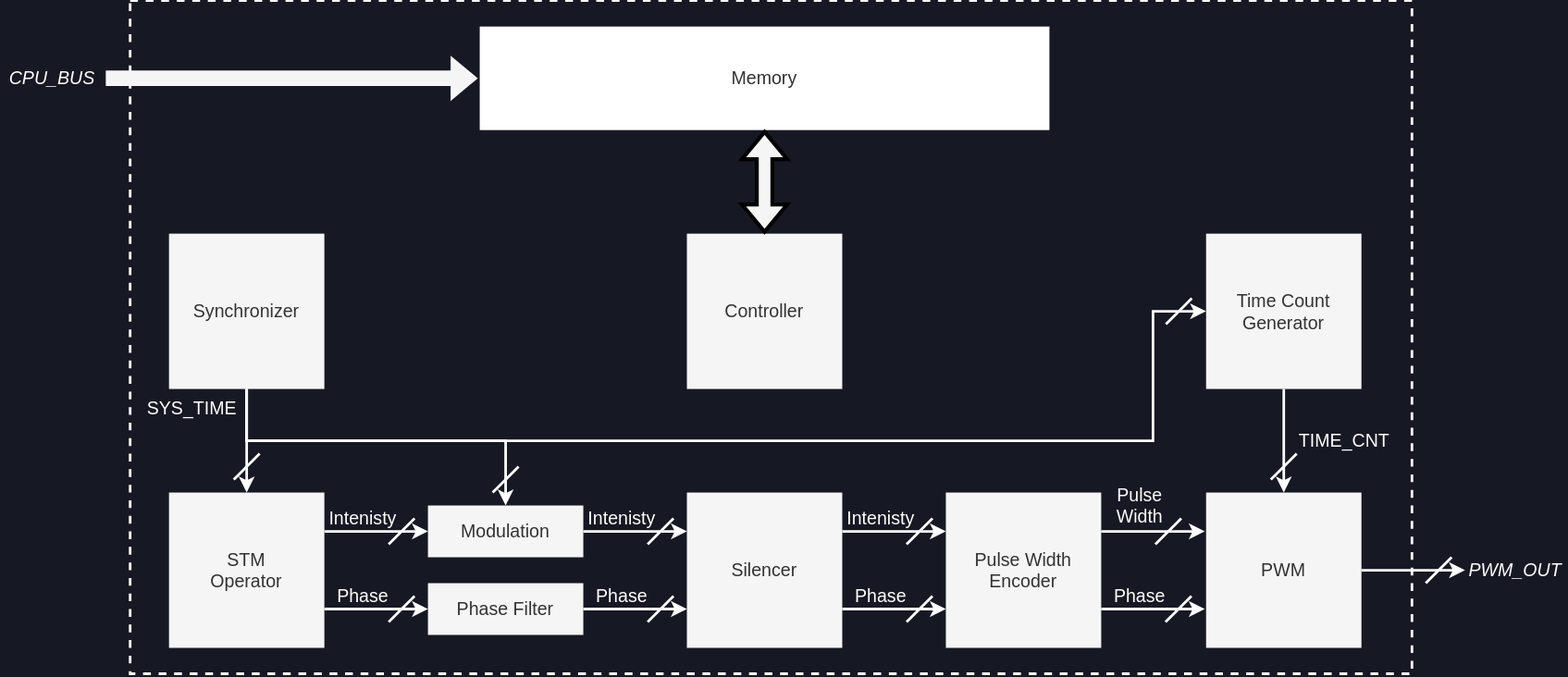
This is src/jp/fig/Developers_Manual/FPGA/overview.svg from shinolab/autd3-doc-v8, a draw.io export, as it was before one commit. Source tidied: cells renumbered, new cells last; positions are measured from the earlier drawing's top-left corner, leaving out a move shared by most shapes.
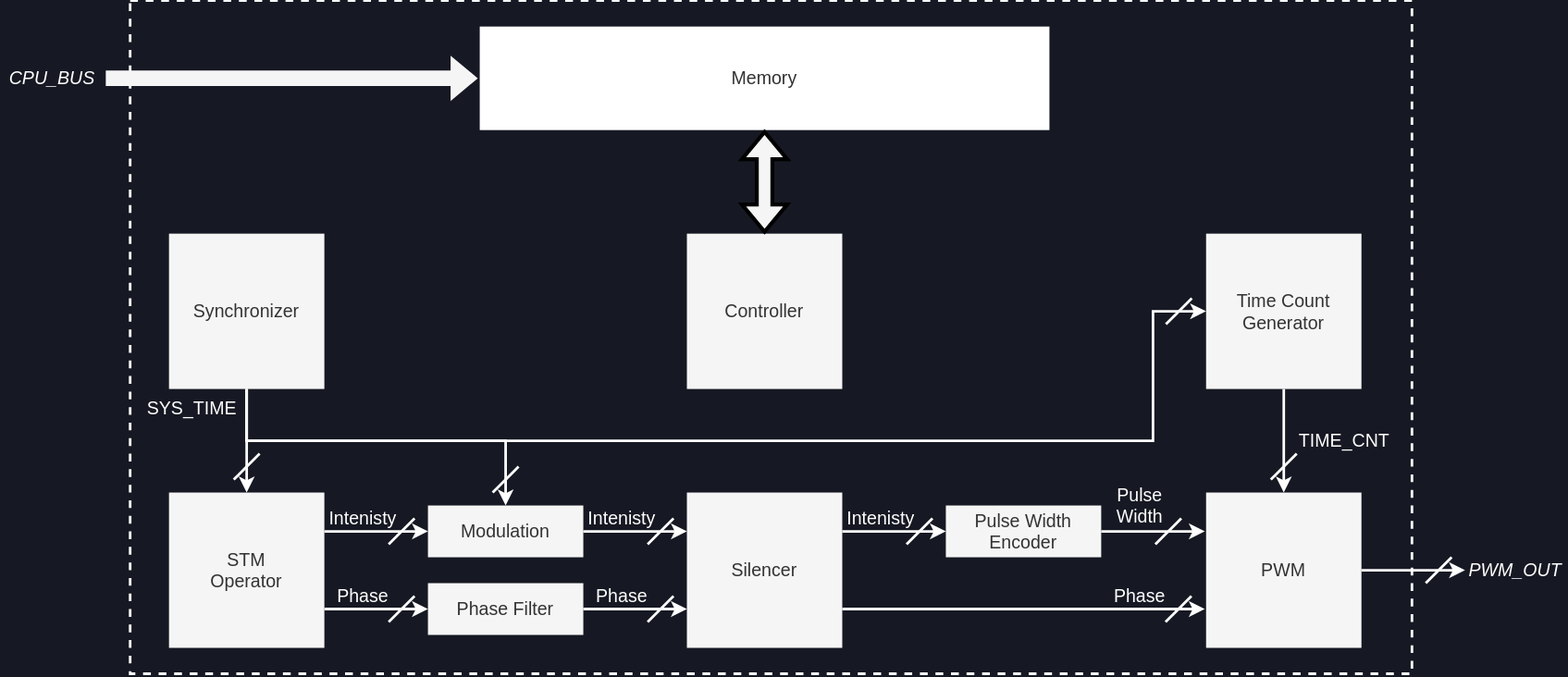
After the change.

Change to the diagram source:
```diff
@@ -51,7 +51,7 @@
       <mxGeometry x="530" y="380" width="120" height="120" as="geometry" />
     </mxCell>
     <mxCell id="16" value="Pulse Width Encoder" style="rounded=0;whiteSpace=wrap;html=1;fontFamily=Helvetica;fontSize=14;fontColor=#333333;strokeColor=none;strokeWidth=2;fillColor=#f5f5f5;" parent="1" vertex="1">
-      <mxGeometry x="730" y="380" width="120" height="120" as="geometry" />
+      <mxGeometry x="730" y="390" width="120" height="40" as="geometry" />
     </mxCell>
     <mxCell id="17" value="PWM" style="rounded=0;whiteSpace=wrap;html=1;fontFamily=Helvetica;fontSize=14;fontColor=#333333;strokeColor=none;strokeWidth=3;fillColor=#f5f5f5;" parent="1" vertex="1">
       <mxGeometry x="931" y="380" width="120" height="120" as="geometry" />
@@ -86,12 +86,6 @@
         <mxPoint x="519.7" y="400" as="targetPoint" />
       </mxGeometry>
     </mxCell>
-    <mxCell id="24" style="edgeStyle=none;rounded=0;html=1;exitX=1;exitY=0.75;exitDx=0;exitDy=0;entryX=0;entryY=0.5;entryDx=0;entryDy=0;fontColor=#333333;strokeColor=#FFFFFF;strokeWidth=2;" parent="1" edge="1">
-      <mxGeometry relative="1" as="geometry">
-        <mxPoint x="650" y="470" as="sourcePoint" />
-        <mxPoint x="730" y="470" as="targetPoint" />
-      </mxGeometry>
-    </mxCell>
     <mxCell id="25" style="edgeStyle=none;rounded=0;html=1;exitX=1;exitY=0.25;exitDx=0;exitDy=0;entryX=0;entryY=0.5;entryDx=0;entryDy=0;fontColor=#333333;strokeColor=#FFFFFF;strokeWidth=2;" parent="1" edge="1">
       <mxGeometry relative="1" as="geometry">
         <mxPoint x="650" y="410" as="sourcePoint" />
@@ -101,24 +95,14 @@
     <mxCell id="26" value="&lt;span style=&quot;font-size: 14px&quot;&gt;Intenisty&lt;/span&gt;" style="text;html=1;strokeColor=none;fillColor=none;align=center;verticalAlign=middle;whiteSpace=wrap;rounded=0;fontFamily=Helvetica;fontSize=14;fontColor=#FFFFFF;strokeWidth=2;" parent="1" vertex="1">
       <mxGeometry x="650" y="390" width="60" height="20" as="geometry" />
     </mxCell>
-    <mxCell id="27" value="&lt;span style=&quot;font-size: 14px&quot;&gt;Phase&lt;/span&gt;" style="text;html=1;strokeColor=none;fillColor=none;align=center;verticalAlign=middle;whiteSpace=wrap;rounded=0;fontFamily=Helvetica;fontSize=14;fontColor=#FFFFFF;strokeWidth=2;" parent="1" vertex="1">
-      <mxGeometry x="650" y="450" width="60" height="20" as="geometry" />
-    </mxCell>
-    <mxCell id="28" style="endArrow=none;html=1;rounded=1;labelBackgroundColor=default;fontFamily=Helvetica;fontSize=14;fontColor=#000000;strokeColor=#FFFFFF;strokeWidth=2;shape=connector;fillColor=#f5f5f5;" parent="1" edge="1">
-      <mxGeometry relative="1" as="geometry">
-        <mxPoint x="699.7" y="480" as="sourcePoint" />
-        <mxPoint x="719.7" y="460" as="targetPoint" />
-      </mxGeometry>
-    </mxCell>
     <mxCell id="29" style="endArrow=none;html=1;rounded=1;labelBackgroundColor=default;fontFamily=Helvetica;fontSize=14;fontColor=#000000;strokeColor=#FFFFFF;strokeWidth=2;shape=connector;fillColor=#f5f5f5;" parent="1" edge="1">
       <mxGeometry relative="1" as="geometry">
         <mxPoint x="699.7" y="420" as="sourcePoint" />
         <mxPoint x="719.7" y="400" as="targetPoint" />
       </mxGeometry>
     </mxCell>
-    <mxCell id="30" style="edgeStyle=none;rounded=0;html=1;exitX=1;exitY=0.75;exitDx=0;exitDy=0;entryX=0;entryY=0.5;entryDx=0;entryDy=0;fontColor=#333333;strokeColor=#FFFFFF;strokeWidth=2;" parent="1" edge="1">
+    <mxCell id="30" style="edgeStyle=none;rounded=0;html=1;exitX=1;exitY=0.75;exitDx=0;exitDy=0;entryX=0;entryY=0.5;entryDx=0;entryDy=0;fontColor=#333333;strokeColor=#FFFFFF;strokeWidth=2;" parent="1" edge="1" source="15">
       <mxGeometry relative="1" as="geometry">
-        <mxPoint x="850" y="470" as="sourcePoint" />
         <mxPoint x="930" y="470" as="targetPoint" />
       </mxGeometry>
     </mxCell>
```
